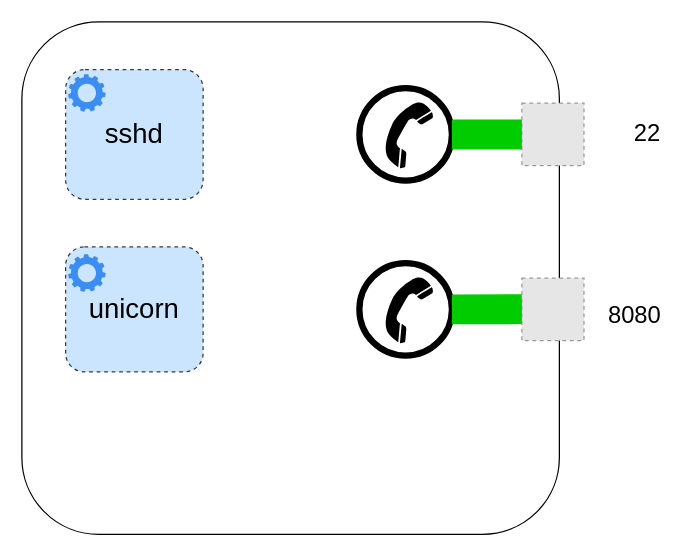
The draw.io diagram page "Socket2" (3 of 8) of presentations/assets/Unicorn-RoR.drawio in psaghelyi/web_test, before the edit. Source tidied: cells renumbered, new cells numbered last; positions are measured from the earlier drawing's top-left corner, leaving out a move shared by most shapes. Both pictures are drawn from the tidied source at 125%, with x=0, y=0 at pixel (21, 21). Pictures stored in the file or linked from it are replaced by grey dashed boxes.
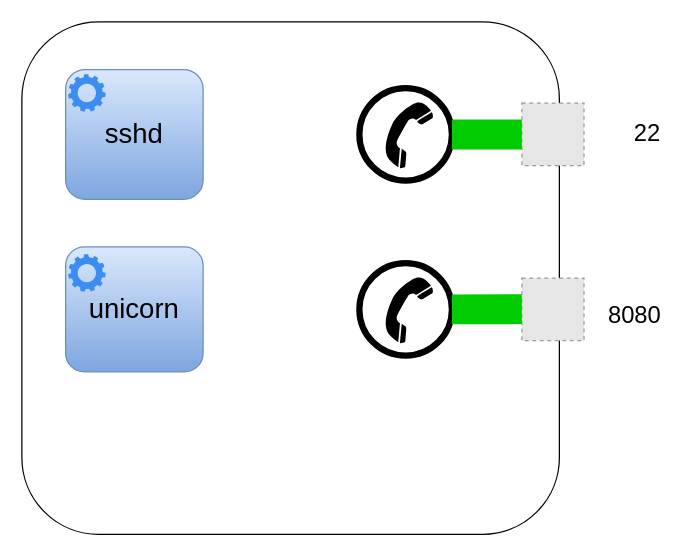
The same page after the edit.

Diff of the diagram source:
```diff
@@
 <mxGraphModel>
   <root>
     <mxCell id="0" />
     <mxCell id="1" parent="0" />
     <mxCell id="2" style="rounded=1;whiteSpace=wrap;html=1;fillColor=none;" parent="1" vertex="1">
       <mxGeometry width="430" height="410" as="geometry" />
     </mxCell>
     <mxCell id="3" style="fillColor=#E6E6E6;strokeColor=#999999;dashed=1;verticalLabelPosition=bottom;labelBackgroundColor=none;verticalAlign=top;" parent="1" vertex="1">
       <mxGeometry x="400" y="65" width="49.7" height="50" as="geometry" />
     </mxCell>
     <mxCell id="4" style="fillColor=#E6E6E6;strokeColor=#999999;dashed=1;verticalLabelPosition=bottom;labelBackgroundColor=default;verticalAlign=top;" parent="1" vertex="1">
       <mxGeometry x="400" y="205" width="49.7" height="50" as="geometry" />
     </mxCell>
     <mxCell id="5" value="22" style="text;html=1;align=center;verticalAlign=middle;strokeColor=none;fillColor=none;fontSize=19;" parent="1" vertex="1">
       <mxGeometry x="480" y="75" width="40" height="30" as="geometry" />
     </mxCell>
     <mxCell id="6" style="group;" parent="1" vertex="1">
       <mxGeometry x="270" y="53" width="93" height="74" as="geometry" />
     </mxCell>
     <mxCell id="7" style="ellipse;whiteSpace=wrap;html=1;strokeColor=default;fillColor=none;strokeWidth=5;" parent="6" vertex="1">
       <mxGeometry width="74" height="74" as="geometry" />
     </mxCell>
     <mxCell id="8" style="shape=mxgraph.signs.tech.telephone_3;html=1;fillColor=#000000;strokeColor=none;verticalLabelPosition=bottom;verticalAlign=top;align=center;rotation=60;" parent="6" vertex="1">
       <mxGeometry x="19.7" y="12.8" width="40.8" height="50" as="geometry" />
     </mxCell>
     <mxCell id="9" style="endArrow=none;html=1;rounded=0;fontSize=22;fillColor=#d5e8d4;strokeColor=#00CC00;strokeWidth=24;gradientColor=#97d077;shadow=0;sketch=0;" parent="1" edge="1" source="7" target="3">
       <mxGeometry relative="1" as="geometry" />
     </mxCell>
     <mxCell id="10" style="group;" parent="1" vertex="1">
       <mxGeometry x="270" y="193" width="93" height="74" as="geometry" />
     </mxCell>
     <mxCell id="11" style="ellipse;whiteSpace=wrap;html=1;strokeColor=default;fillColor=none;strokeWidth=5;" parent="10" vertex="1">
       <mxGeometry width="74" height="74" as="geometry" />
     </mxCell>
     <mxCell id="12" style="shape=mxgraph.signs.tech.telephone_3;html=1;fillColor=#000000;strokeColor=none;verticalLabelPosition=bottom;verticalAlign=top;align=center;rotation=60;" parent="10" vertex="1">
       <mxGeometry x="19.7" y="12.8" width="40.8" height="50" as="geometry" />
     </mxCell>
-    <mxCell id="13" value="unicorn" style="rounded=1;whiteSpace=wrap;html=1;dashed=1;fontSize=22;strokeColor=#36393d;strokeWidth=1;fillColor=#cce5ff;" parent="1" vertex="1">
+    <mxCell id="13" value="unicorn" style="rounded=1;whiteSpace=wrap;html=1;fontSize=22;strokeColor=#6c8ebf;strokeWidth=1;fillColor=#dae8fc;gradientColor=#7ea6e0;" parent="1" vertex="1">
       <mxGeometry x="35" y="180" width="110" height="100" as="geometry" />
     </mxCell>
     <mxCell id="14" style="endArrow=none;html=1;rounded=0;fontSize=22;fillColor=#d5e8d4;strokeColor=#00CC00;strokeWidth=24;gradientColor=#97d077;shadow=0;sketch=0;" parent="1" edge="1" source="11">
       <mxGeometry relative="1" as="geometry">
         <mxPoint x="400" y="229.8" as="targetPoint" />
       </mxGeometry>
     </mxCell>
     <mxCell id="15" style="sketch=0;html=1;strokeColor=none;shadow=0;align=center;verticalAlign=top;fillColor=#3B8DF1;shape=mxgraph.gcp2.gear;" parent="1" vertex="1">
       <mxGeometry x="37" y="185.9" width="30" height="30" as="geometry" />
     </mxCell>
     <mxCell id="16" value="8080" style="text;html=1;align=center;verticalAlign=middle;strokeColor=none;fillColor=none;fontSize=19;" parent="1" vertex="1">
       <mxGeometry x="460" y="220" width="60" height="30" as="geometry" />
     </mxCell>
-    <mxCell id="17" value="sshd" style="rounded=1;whiteSpace=wrap;html=1;dashed=1;fontSize=22;strokeColor=#36393d;strokeWidth=1;fillColor=#cce5ff;" parent="1" vertex="1">
+    <mxCell id="17" value="sshd" style="rounded=1;whiteSpace=wrap;html=1;fontSize=22;strokeColor=#6c8ebf;strokeWidth=1;fillColor=#dae8fc;gradientColor=#7ea6e0;" parent="1" vertex="1">
       <mxGeometry x="35" y="38.1" width="110" height="103.9" as="geometry" />
     </mxCell>
     <mxCell id="18" style="sketch=0;html=1;strokeColor=none;shadow=0;align=center;verticalAlign=top;fillColor=#3B8DF1;shape=mxgraph.gcp2.gear;" parent="1" vertex="1">
       <mxGeometry x="37" y="41.8" width="30" height="30" as="geometry" />
     </mxCell>
   </root>
 </mxGraphModel>
```
